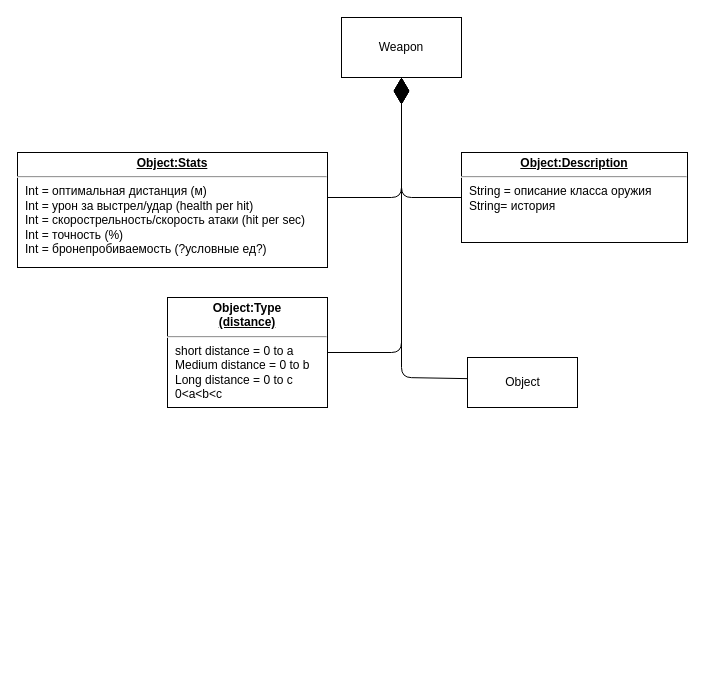
Before: page "Weapon" (11 of 12) of Architecture.drawio in PhoenixVRN/Mafia, a draw.io diagram. Source tidied: cells renumbered, new cells numbered last; positions are measured from the earlier drawing's top-left corner, leaving out a move shared by most shapes. Both pictures are drawn from the tidied source at 100%, with x=0, y=0 at pixel (17, 17).
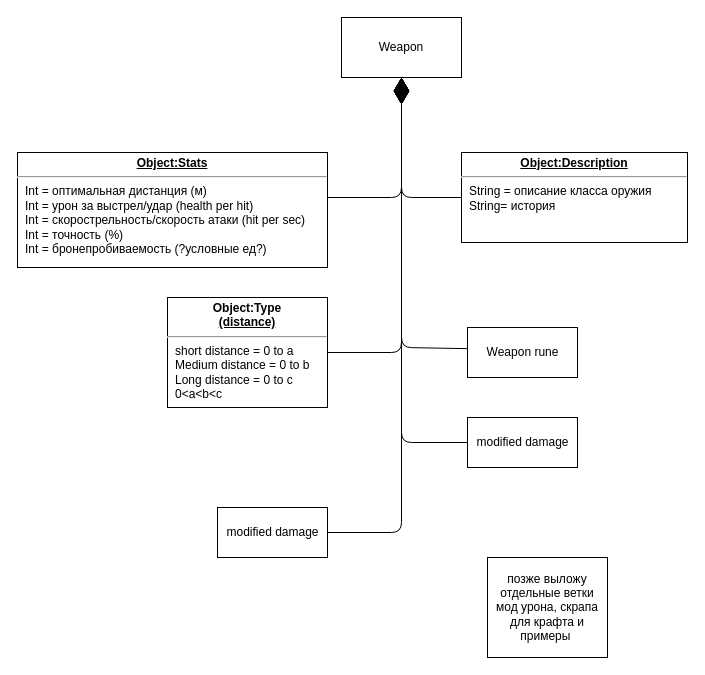
The same diagram, later.

The change refers to these unchanged cells:
```xml
<mxCell id="2" value="Weapon" style="rounded=0;whiteSpace=wrap;html=1;" parent="1" vertex="1">
  <mxGeometry x="324" width="120" height="60" as="geometry" />
</mxCell>
```

The edit, as a diff of the source:
```diff
@@
     <mxCell id="5" style="endArrow=diamondThin;endFill=1;endSize=24;html=1;exitX=0.001;exitY=0.423;exitDx=0;exitDy=0;entryX=0.5;entryY=1;entryDx=0;entryDy=0;exitPerimeter=0;" parent="1" edge="1" source="10">
       <mxGeometry relative="1" as="geometry">
         <mxPoint x="384" y="60" as="targetPoint" />
         <Array as="points">
-          <mxPoint x="384" y="360" />
+          <mxPoint x="384" y="330" />
         </Array>
       </mxGeometry>
     </mxCell>
@@
-    <mxCell id="10" value="Object" style="html=1;" parent="1" vertex="1">
-      <mxGeometry x="450" y="340" width="110" height="50" as="geometry" />
+    <mxCell id="10" value="Weapon rune" style="html=1;" parent="1" vertex="1">
+      <mxGeometry x="450" y="310" width="110" height="50" as="geometry" />
     </mxCell>
+    <mxCell id="11" value="modified damage" style="html=1;" parent="1" vertex="1">
+      <mxGeometry x="450" y="400" width="110" height="50" as="geometry" />
+    </mxCell>
+    <mxCell id="12" style="endArrow=diamondThin;endFill=1;endSize=24;html=1;entryX=0.5;entryY=1;entryDx=0;entryDy=0;exitX=0;exitY=0.5;exitDx=0;exitDy=0;" parent="1" edge="1" source="11" target="2">
+      <mxGeometry relative="1" as="geometry">
+        <Array as="points">
+          <mxPoint x="384" y="425" />
+        </Array>
+      </mxGeometry>
+    </mxCell>
+    <mxCell id="13" value="modified damage" style="html=1;" parent="1" vertex="1">
+      <mxGeometry x="200" y="490" width="110" height="50" as="geometry" />
+    </mxCell>
+    <mxCell id="14" style="endArrow=diamondThin;endFill=1;endSize=24;html=1;entryX=0.5;entryY=1;entryDx=0;entryDy=0;exitX=1;exitY=0.5;exitDx=0;exitDy=0;" parent="1" edge="1" source="13" target="2">
+      <mxGeometry relative="1" as="geometry">
+        <Array as="points">
+          <mxPoint x="384" y="515" />
+          <mxPoint x="384" y="390" />
+        </Array>
+      </mxGeometry>
+    </mxCell>
+    <mxCell id="15" value="позже выложу отдельные ветки мод урона, скрапа для крафта и примеры&amp;nbsp;" style="rounded=0;whiteSpace=wrap;html=1;" parent="1" vertex="1">
+      <mxGeometry x="470" y="540" width="120" height="100" as="geometry" />
+    </mxCell>
```
